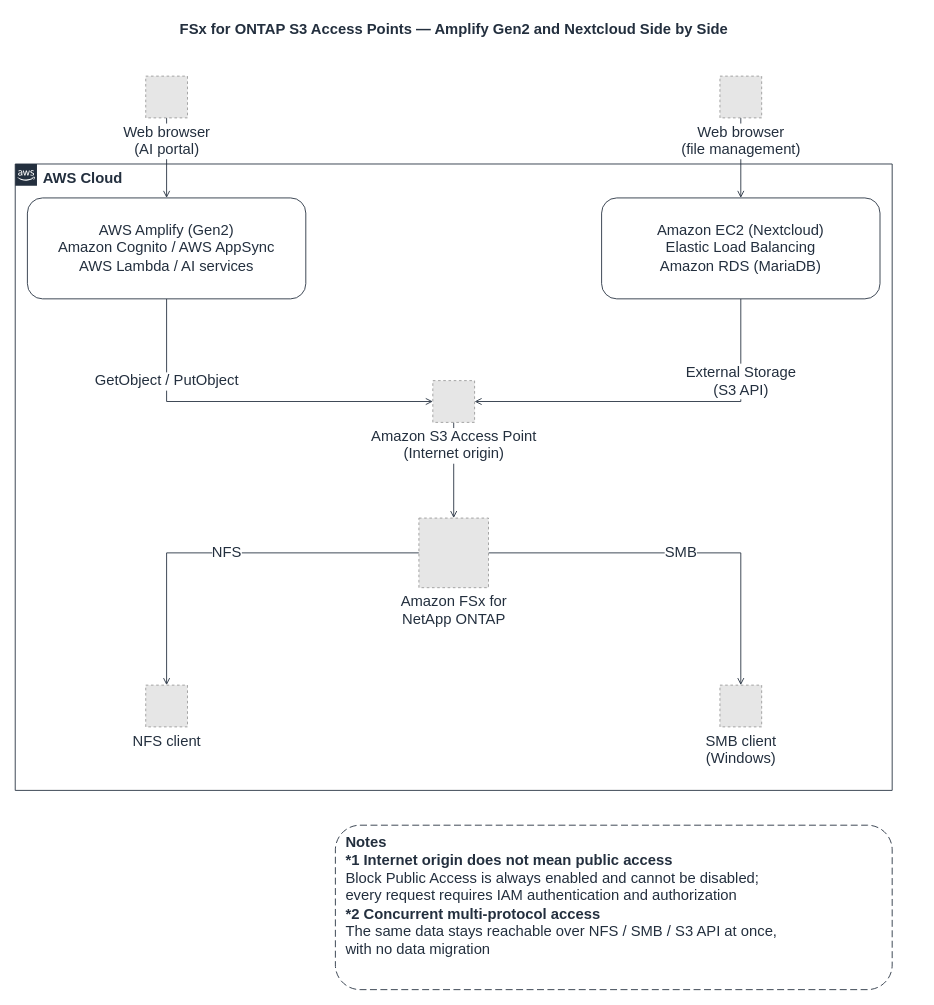
The draw.io diagram docs/diagrams/coexistence-3path-en.drawio in Yoshiki0705/FSx-for-ONTAP-S3AccessPoints-Serverless-Patterns, before the edit. Source tidied: cells renumbered, new cells numbered last; positions are measured from the earlier drawing's top-left corner, leaving out a move shared by most shapes. Both pictures are drawn from the tidied source at 87%, with x=0, y=0 at pixel (15, 15). Pictures stored in the file or linked from it are replaced by grey dashed boxes.
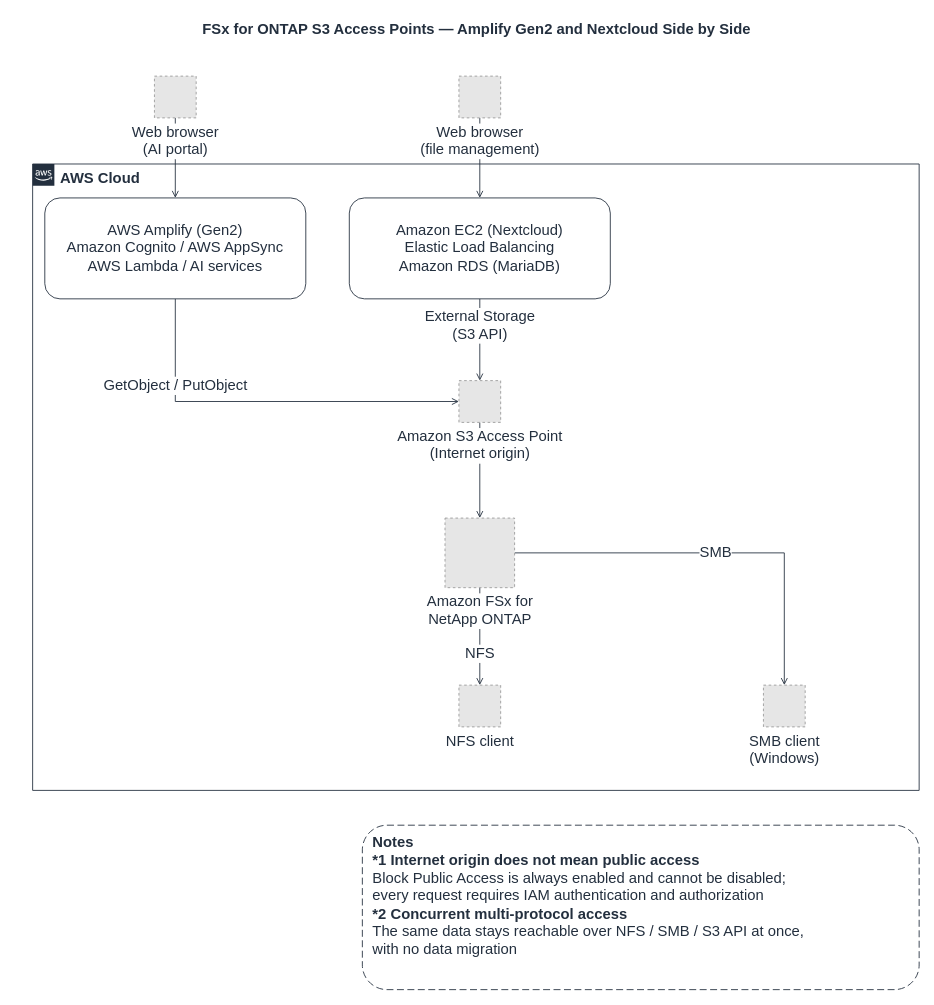
Above is the later version.

The edit, as a diff of the source:
```diff
@@
     <mxCell id="2" value="FSx for ONTAP S3 Access Points — Amplify Gen2 and Nextcloud Side by Side" style="text;html=1;align=center;verticalAlign=middle;fontSize=17;fontStyle=1;fontColor=#232F3E;" parent="1" vertex="1">
-      <mxGeometry width="1008" height="34" as="geometry" />
+      <mxGeometry x="20" width="1019" height="34" as="geometry" />
     </mxCell>
-    <mxCell id="3" value="AWS Cloud" style="gradientColor=none;html=1;whiteSpace=wrap;fontSize=17;fontStyle=1;shape=mxgraph.aws4.group;grIcon=mxgraph.aws4.group_aws_cloud_alt;strokeColor=#232F3E;fillColor=none;verticalAlign=top;align=left;spacingLeft=30;fontColor=#232F3E;dashed=0;" parent="1" vertex="1">
-      <mxGeometry y="171" width="1008" height="720" as="geometry" />
-    </mxCell>
@@
-    <mxCell id="7" value="External Storage&lt;br&gt;(S3 API)" style="edgeStyle=orthogonalEdgeStyle;rounded=0;jettySize=auto;html=1;endArrow=open;endFill=0;strokeColor=#232F3E;strokeWidth=1;fontSize=17;fontColor=#232F3E;labelBackgroundColor=#ffffff;exitX=0.5;exitY=1;exitDx=0;exitDy=0;entryX=1;entryY=0.5;entryDx=0;entryDy=0;" parent="1" edge="1" source="14" target="15">
-      <mxGeometry x="-0.55" relative="1" as="geometry" />
+    <mxCell id="7" value="External Storage&lt;br&gt;(S3 API)" style="edgeStyle=orthogonalEdgeStyle;rounded=0;jettySize=auto;html=1;endArrow=open;endFill=0;strokeColor=#232F3E;strokeWidth=1;fontSize=17;fontColor=#232F3E;labelBackgroundColor=#ffffff;" parent="1" edge="1" source="14" target="15">
+      <mxGeometry x="-0.35" relative="1" as="geometry" />
     </mxCell>
@@
     <mxCell id="9" value="NFS" style="edgeStyle=orthogonalEdgeStyle;rounded=0;jettySize=auto;html=1;endArrow=open;endFill=0;strokeColor=#232F3E;strokeWidth=1;fontSize=17;fontColor=#232F3E;labelBackgroundColor=#ffffff;" parent="1" edge="1" source="16" target="17">
-      <mxGeometry relative="1" as="geometry" />
+      <mxGeometry relative="1" as="geometry">
+        <mxPoint y="20" as="offset" />
+      </mxGeometry>
     </mxCell>
@@
+    <mxCell id="3" value="AWS Cloud" style="gradientColor=none;html=1;whiteSpace=wrap;fontSize=17;fontStyle=1;shape=mxgraph.aws4.group;grIcon=mxgraph.aws4.group_aws_cloud_alt;strokeColor=#232F3E;fillColor=none;verticalAlign=top;align=left;spacingLeft=30;fontColor=#232F3E;dashed=0;labelBackgroundColor=#FFFFFF;" parent="1" vertex="1">
+      <mxGeometry x="20" y="171" width="1019" height="720" as="geometry" />
+    </mxCell>
     <mxCell id="11" value="Web browser&lt;br&gt;(AI portal)" style="fillColor=#E6E6E6;strokeColor=#999999;dashed=1;html=1;verticalLabelPosition=bottom;verticalAlign=top;labelPosition=center;align=center;fontSize=17;fontColor=#232F3E;labelBackgroundColor=#FFFFFF;" parent="1" vertex="1">
-      <mxGeometry x="150" y="70" width="48" height="48" as="geometry" />
+      <mxGeometry x="160" y="70" width="48" height="48" as="geometry" />
     </mxCell>
     <mxCell id="12" value="Web browser&lt;br&gt;(file management)" style="fillColor=#E6E6E6;strokeColor=#999999;dashed=1;html=1;verticalLabelPosition=bottom;verticalAlign=top;labelPosition=center;align=center;fontSize=17;fontColor=#232F3E;labelBackgroundColor=#FFFFFF;" parent="1" vertex="1">
-      <mxGeometry x="810" y="70" width="48" height="48" as="geometry" />
+      <mxGeometry x="510" y="70" width="48" height="48" as="geometry" />
     </mxCell>
     <mxCell id="13" value="AWS Amplify (Gen2)&lt;br&gt;Amazon Cognito / AWS AppSync&lt;br&gt;AWS Lambda / AI services" style="rounded=1;whiteSpace=wrap;html=1;dashed=0;strokeColor=#232F3E;fillColor=#FFFFFF;align=center;verticalAlign=middle;fontSize=17;fontColor=#232F3E;" parent="1" vertex="1">
-      <mxGeometry x="14" y="210" width="320" height="116" as="geometry" />
+      <mxGeometry x="34" y="210" width="300" height="116" as="geometry" />
     </mxCell>
     <mxCell id="14" value="Amazon EC2 (Nextcloud)&lt;br&gt;Elastic Load Balancing&lt;br&gt;Amazon RDS (MariaDB)" style="rounded=1;whiteSpace=wrap;html=1;dashed=0;strokeColor=#232F3E;fillColor=#FFFFFF;align=center;verticalAlign=middle;fontSize=17;fontColor=#232F3E;" parent="1" vertex="1">
-      <mxGeometry x="674" y="210" width="320" height="116" as="geometry" />
+      <mxGeometry x="384" y="210" width="300" height="116" as="geometry" />
     </mxCell>
     <mxCell id="15" value="Amazon S3 Access Point&lt;br&gt;(Internet origin)" style="fillColor=#E6E6E6;strokeColor=#999999;dashed=1;html=1;verticalLabelPosition=bottom;verticalAlign=top;labelPosition=center;align=center;fontSize=17;fontColor=#232F3E;labelBackgroundColor=#FFFFFF;" parent="1" vertex="1">
-      <mxGeometry x="480" y="420" width="48" height="48" as="geometry" />
+      <mxGeometry x="510" y="420" width="48" height="48" as="geometry" />
     </mxCell>
     <mxCell id="16" value="Amazon FSx for&lt;br&gt;NetApp ONTAP" style="fillColor=#E6E6E6;strokeColor=#999999;dashed=1;html=1;verticalLabelPosition=bottom;verticalAlign=top;labelPosition=center;align=center;fontSize=17;fontColor=#232F3E;labelBackgroundColor=#FFFFFF;" parent="1" vertex="1">
-      <mxGeometry x="464" y="578" width="80" height="80" as="geometry" />
+      <mxGeometry x="494" y="578" width="80" height="80" as="geometry" />
     </mxCell>
     <mxCell id="17" value="NFS client" style="fillColor=#E6E6E6;strokeColor=#999999;dashed=1;html=1;verticalLabelPosition=bottom;verticalAlign=top;labelPosition=center;align=center;fontSize=17;fontColor=#232F3E;labelBackgroundColor=#FFFFFF;" parent="1" vertex="1">
-      <mxGeometry x="150" y="770" width="48" height="48" as="geometry" />
+      <mxGeometry x="510" y="770" width="48" height="48" as="geometry" />
     </mxCell>
     <mxCell id="18" value="SMB client&lt;br&gt;(Windows)" style="fillColor=#E6E6E6;strokeColor=#999999;dashed=1;html=1;verticalLabelPosition=bottom;verticalAlign=top;labelPosition=center;align=center;fontSize=17;fontColor=#232F3E;labelBackgroundColor=#FFFFFF;" parent="1" vertex="1">
-      <mxGeometry x="810" y="770" width="48" height="48" as="geometry" />
+      <mxGeometry x="860" y="770" width="48" height="48" as="geometry" />
     </mxCell>
     <mxCell id="19" value="&lt;b&gt;Notes&lt;/b&gt;&lt;br&gt;&lt;b&gt;*1 Internet origin does not mean public access&lt;/b&gt;&lt;br&gt;Block Public Access is always enabled and cannot be disabled;&lt;br&gt;every request requires IAM authentication and authorization&lt;br&gt;&lt;b&gt;*2 Concurrent multi-protocol access&lt;/b&gt;&lt;br&gt;The same data stays reachable over NFS / SMB / S3 API at once,&lt;br&gt;with no data migration" style="rounded=1;whiteSpace=wrap;html=1;dashed=1;dashPattern=8 4;strokeColor=#232F3E;fillColor=#FFFFFF;align=left;verticalAlign=top;spacingLeft=10;spacingTop=4;fontSize=17;fontColor=#232F3E;" parent="1" vertex="1">
-      <mxGeometry x="368" y="931" width="640" height="189" as="geometry" />
+      <mxGeometry x="399" y="931" width="640" height="189" as="geometry" />
     </mxCell>
```
